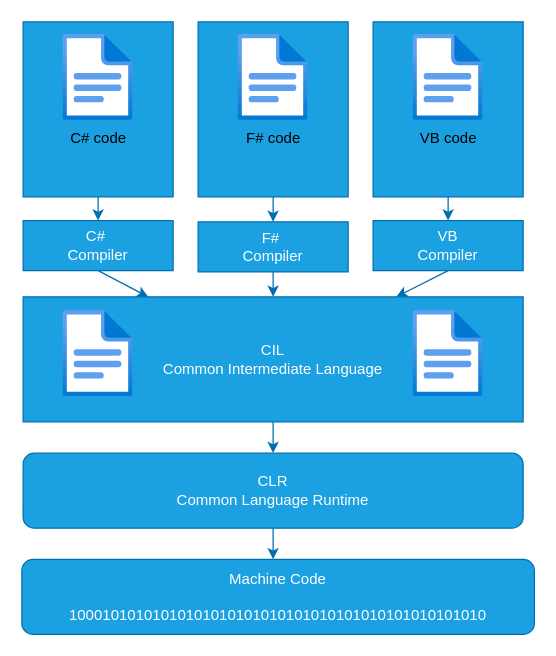
uwspstar/FullStack keeps this draw.io diagram as C#.NET/101_code_flow.drawio. Above is the earlier version. Source tidied: cells renumbered, new cells numbered last; positions are measured from the earlier drawing's top-left corner, leaving out a move shared by most shapes. Both pictures are drawn from the tidied source at 125%, with x=0, y=0 at pixel (21, 21).
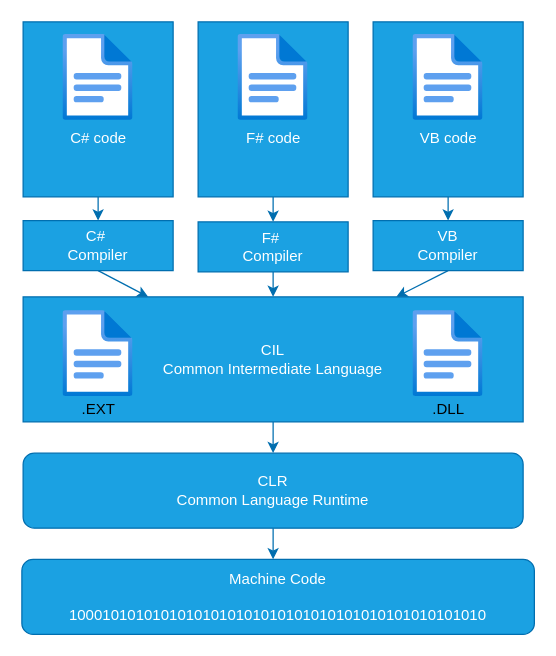
Above is the later version.

The edit, as a diff of the source:
```diff
@@
-    <mxCell id="3" value="F# code" style="html=1;align=center;image;fontSize=12;image=img/lib/azure2/general/File.svg;fillColor=#1ba1e2;fontColor=#000000;strokeColor=#006EAF;labelBackgroundColor=none;" parent="1" vertex="1">
+    <mxCell id="3" value="&lt;font color=&quot;#ffffff&quot;&gt;F# code&lt;/font&gt;" style="html=1;align=center;image;fontSize=12;image=img/lib/azure2/general/File.svg;fillColor=#1ba1e2;fontColor=#000000;strokeColor=#006EAF;labelBackgroundColor=none;" parent="1" vertex="1">
       <mxGeometry x="173" y="10" width="56" height="69" as="geometry" />
     </mxCell>
@@
-    <mxCell id="5" value="C# code" style="html=1;align=center;image;fontSize=12;image=img/lib/azure2/general/File.svg;fillColor=#1ba1e2;fontColor=#000000;strokeColor=#006EAF;labelBackgroundColor=none;" parent="1" vertex="1">
+    <mxCell id="5" value="C# code" style="html=1;align=center;image;fontSize=12;image=img/lib/azure2/general/File.svg;fillColor=#1ba1e2;fontColor=#FFFFFF;strokeColor=#006EAF;labelBackgroundColor=none;" parent="1" vertex="1">
       <mxGeometry x="33" y="10" width="56" height="69" as="geometry" />
     </mxCell>
@@
-    <mxCell id="7" value="VB code" style="html=1;align=center;image;fontSize=12;image=img/lib/azure2/general/File.svg;fillColor=#1ba1e2;fontColor=#000000;strokeColor=#006EAF;labelBackgroundColor=none;" parent="1" vertex="1">
+    <mxCell id="7" value="&lt;font color=&quot;#ffffff&quot;&gt;VB code&lt;/font&gt;" style="html=1;align=center;image;fontSize=12;image=img/lib/azure2/general/File.svg;fillColor=#1ba1e2;fontColor=#000000;strokeColor=#006EAF;labelBackgroundColor=none;" parent="1" vertex="1">
       <mxGeometry x="313" y="10" width="56" height="69" as="geometry" />
     </mxCell>
@@
+    <mxCell id="24" value=".EXT" style="text;html=1;align=center;verticalAlign=middle;fillColor=none;strokeColor=none;rounded=0;" parent="1" vertex="1">
+      <mxGeometry x="41" y="300" width="40" height="20" as="geometry" />
+    </mxCell>
+    <mxCell id="25" value=".DLL" style="text;html=1;align=center;verticalAlign=middle;fillColor=none;strokeColor=none;rounded=0;" parent="1" vertex="1">
+      <mxGeometry x="321" y="300" width="40" height="20" as="geometry" />
+    </mxCell>
```
